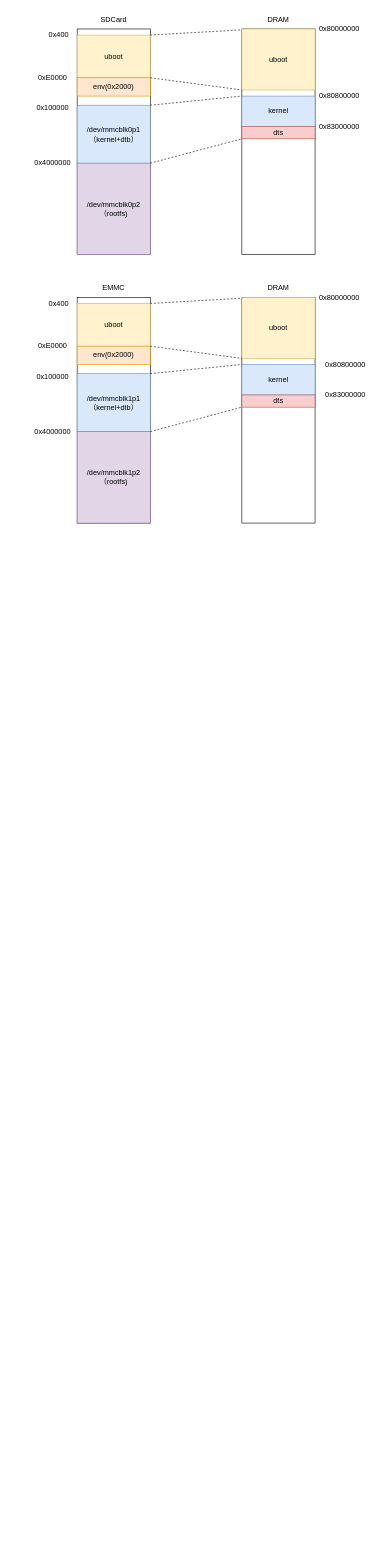
Before: page "platform" (2 of 16) of src/file/tree.drawio in zc110747/build_embed_linux_system, a draw.io diagram. Source tidied: cells renumbered, new cells numbered last; positions are measured from the earlier drawing's top-left corner, leaving out a move shared by most shapes. Both pictures are drawn from the tidied source at 61%, with x=0, y=0 at pixel (34, 10).
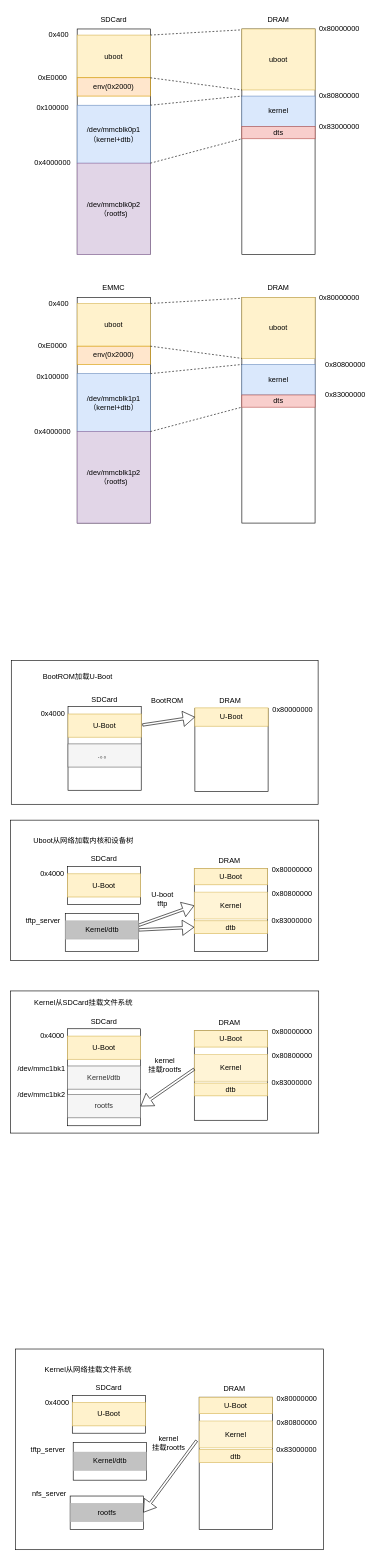
The same page after the edit.

The edit, as a diff of the source:
```diff
@@
+    <mxCell id="46" style="rounded=0;whiteSpace=wrap;html=1;" parent="1" vertex="1">
+      <mxGeometry x="-38" y="1065" width="503" height="236" as="geometry" />
+    </mxCell>
@@
+    <mxCell id="47" style="rounded=0;whiteSpace=wrap;html=1;" parent="1" vertex="1">
+      <mxGeometry x="55" y="1141" width="120" height="137" as="geometry" />
+    </mxCell>
+    <mxCell id="48" value="SDCard" style="text;html=1;strokeColor=none;fillColor=none;align=center;verticalAlign=middle;whiteSpace=wrap;rounded=0;" parent="1" vertex="1">
+      <mxGeometry x="55" y="1114" width="120" height="30" as="geometry" />
+    </mxCell>
+    <mxCell id="49" value="U-Boot" style="rounded=0;whiteSpace=wrap;html=1;fillColor=#fff2cc;strokeColor=#d6b656;" parent="1" vertex="1">
+      <mxGeometry x="55" y="1153" width="120" height="38" as="geometry" />
+    </mxCell>
+    <mxCell id="50" value="0x4000" style="text;html=1;align=center;verticalAlign=middle;whiteSpace=wrap;rounded=0;" parent="1" vertex="1">
+      <mxGeometry x="8.5" y="1144" width="43" height="17" as="geometry" />
+    </mxCell>
+    <mxCell id="51" value=".。。" style="rounded=0;whiteSpace=wrap;html=1;fillColor=#f5f5f5;strokeColor=#666666;fontColor=#333333;" parent="1" vertex="1">
+      <mxGeometry x="55" y="1202" width="120" height="38" as="geometry" />
+    </mxCell>
+    <mxCell id="52" style="rounded=0;whiteSpace=wrap;html=1;" parent="1" vertex="1">
+      <mxGeometry x="263" y="1144" width="120" height="136" as="geometry" />
+    </mxCell>
+    <mxCell id="53" value="DRAM" style="text;html=1;strokeColor=none;fillColor=none;align=center;verticalAlign=middle;whiteSpace=wrap;rounded=0;" parent="1" vertex="1">
+      <mxGeometry x="261" y="1116" width="120" height="30" as="geometry" />
+    </mxCell>
+    <mxCell id="54" value="U-Boot" style="rounded=0;whiteSpace=wrap;html=1;fillColor=#fff2cc;strokeColor=#d6b656;" parent="1" vertex="1">
+      <mxGeometry x="263" y="1143" width="120" height="30" as="geometry" />
+    </mxCell>
+    <mxCell id="55" style="shape=flexArrow;endArrow=classic;html=1;entryX=0;entryY=0.5;entryDx=0;entryDy=0;width=4;" parent="1" edge="1" target="54">
+      <mxGeometry relative="1" as="geometry">
+        <mxPoint x="177" y="1171" as="sourcePoint" />
+      </mxGeometry>
+    </mxCell>
+    <mxCell id="56" value="0x80000000" style="text;html=1;align=center;verticalAlign=middle;whiteSpace=wrap;rounded=0;" parent="1" vertex="1">
+      <mxGeometry x="381" y="1131" width="85" height="30" as="geometry" />
+    </mxCell>
+    <mxCell id="57" value="BootROM" style="text;html=1;align=center;verticalAlign=middle;whiteSpace=wrap;rounded=0;" parent="1" vertex="1">
+      <mxGeometry x="188" y="1116" width="60" height="30" as="geometry" />
+    </mxCell>
+    <mxCell id="58" value="BootROM加载U-Boot" style="text;html=1;align=center;verticalAlign=middle;whiteSpace=wrap;rounded=0;" parent="1" vertex="1">
+      <mxGeometry x="10" y="1077" width="122" height="30" as="geometry" />
+    </mxCell>
+    <mxCell id="59" style="rounded=0;whiteSpace=wrap;html=1;" parent="1" vertex="1">
+      <mxGeometry x="-39" y="1607" width="505" height="233" as="geometry" />
+    </mxCell>
+    <mxCell id="60" style="rounded=0;whiteSpace=wrap;html=1;" parent="1" vertex="1">
+      <mxGeometry x="54" y="1669" width="120" height="159" as="geometry" />
+    </mxCell>
+    <mxCell id="61" value="SDCard" style="text;html=1;strokeColor=none;fillColor=none;align=center;verticalAlign=middle;whiteSpace=wrap;rounded=0;" parent="1" vertex="1">
+      <mxGeometry x="54" y="1642" width="120" height="30" as="geometry" />
+    </mxCell>
+    <mxCell id="62" value="U-Boot" style="rounded=0;whiteSpace=wrap;html=1;fillColor=#fff2cc;strokeColor=#d6b656;" parent="1" vertex="1">
+      <mxGeometry x="54" y="1681" width="120" height="38" as="geometry" />
+    </mxCell>
+    <mxCell id="63" value="0x4000" style="text;html=1;align=center;verticalAlign=middle;whiteSpace=wrap;rounded=0;" parent="1" vertex="1">
+      <mxGeometry x="7.5" y="1672" width="43" height="17" as="geometry" />
+    </mxCell>
+    <mxCell id="64" value="Kernel/dtb" style="rounded=0;whiteSpace=wrap;html=1;fillColor=#f5f5f5;strokeColor=#666666;fontColor=#333333;" parent="1" vertex="1">
+      <mxGeometry x="54" y="1730" width="120" height="38" as="geometry" />
+    </mxCell>
+    <mxCell id="65" style="rounded=0;whiteSpace=wrap;html=1;" parent="1" vertex="1">
+      <mxGeometry x="262" y="1672" width="120" height="147" as="geometry" />
+    </mxCell>
+    <mxCell id="66" value="DRAM" style="text;html=1;strokeColor=none;fillColor=none;align=center;verticalAlign=middle;whiteSpace=wrap;rounded=0;" parent="1" vertex="1">
+      <mxGeometry x="260" y="1644" width="120" height="30" as="geometry" />
+    </mxCell>
+    <mxCell id="67" value="U-Boot" style="rounded=0;whiteSpace=wrap;html=1;fillColor=#fff2cc;strokeColor=#d6b656;" parent="1" vertex="1">
+      <mxGeometry x="262" y="1672" width="120" height="27" as="geometry" />
+    </mxCell>
+    <mxCell id="68" value="0x80000000" style="text;html=1;align=center;verticalAlign=middle;whiteSpace=wrap;rounded=0;" parent="1" vertex="1">
+      <mxGeometry x="380" y="1659" width="85" height="30" as="geometry" />
+    </mxCell>
+    <mxCell id="69" value="Kernel从SDCard挂载文件系统" style="text;html=1;align=center;verticalAlign=middle;whiteSpace=wrap;rounded=0;" parent="1" vertex="1">
+      <mxGeometry x="-19" y="1612" width="199" height="30" as="geometry" />
+    </mxCell>
+    <mxCell id="70" value="/dev/mmc1bk1" style="text;html=1;align=center;verticalAlign=middle;whiteSpace=wrap;rounded=0;" parent="1" vertex="1">
+      <mxGeometry x="-10" y="1726" width="43" height="17" as="geometry" />
+    </mxCell>
+    <mxCell id="71" value="dtb" style="rounded=0;whiteSpace=wrap;html=1;fillColor=#fff2cc;strokeColor=#d6b656;" parent="1" vertex="1">
+      <mxGeometry x="262" y="1758" width="120" height="21" as="geometry" />
+    </mxCell>
+    <mxCell id="72" value="Kernel" style="rounded=0;whiteSpace=wrap;html=1;fillColor=#fff2cc;strokeColor=#d6b656;opacity=80;" parent="1" vertex="1">
+      <mxGeometry x="262" y="1711" width="120" height="44" as="geometry" />
+    </mxCell>
+    <mxCell id="73" value="kernel&lt;div&gt;挂载rootfs&lt;/div&gt;" style="text;html=1;align=center;verticalAlign=middle;whiteSpace=wrap;rounded=0;" parent="1" vertex="1">
+      <mxGeometry x="183.5" y="1713" width="60" height="30" as="geometry" />
+    </mxCell>
+    <mxCell id="74" value="0x808&lt;span style=&quot;background-color: transparent;&quot;&gt;00000&lt;/span&gt;" style="text;html=1;align=center;verticalAlign=middle;whiteSpace=wrap;rounded=0;" parent="1" vertex="1">
+      <mxGeometry x="380" y="1699" width="85" height="30" as="geometry" />
+    </mxCell>
+    <mxCell id="75" value="0x830&lt;span style=&quot;background-color: transparent;&quot;&gt;00000&lt;/span&gt;" style="text;html=1;align=center;verticalAlign=middle;whiteSpace=wrap;rounded=0;" parent="1" vertex="1">
+      <mxGeometry x="381" y="1743" width="82" height="30" as="geometry" />
+    </mxCell>
+    <mxCell id="76" style="rounded=0;whiteSpace=wrap;html=1;" parent="1" vertex="1">
+      <mxGeometry x="-39" y="1327" width="505" height="230" as="geometry" />
+    </mxCell>
+    <mxCell id="77" style="rounded=0;whiteSpace=wrap;html=1;" parent="1" vertex="1">
+      <mxGeometry x="54" y="1403" width="120" height="62" as="geometry" />
+    </mxCell>
+    <mxCell id="78" value="SDCard" style="text;html=1;strokeColor=none;fillColor=none;align=center;verticalAlign=middle;whiteSpace=wrap;rounded=0;" parent="1" vertex="1">
+      <mxGeometry x="54" y="1376" width="120" height="30" as="geometry" />
+    </mxCell>
+    <mxCell id="79" value="U-Boot" style="rounded=0;whiteSpace=wrap;html=1;fillColor=#fff2cc;strokeColor=#d6b656;" parent="1" vertex="1">
+      <mxGeometry x="54" y="1415" width="120" height="38" as="geometry" />
+    </mxCell>
+    <mxCell id="80" value="0x4000" style="text;html=1;align=center;verticalAlign=middle;whiteSpace=wrap;rounded=0;" parent="1" vertex="1">
+      <mxGeometry x="7.5" y="1406" width="43" height="17" as="geometry" />
+    </mxCell>
+    <mxCell id="81" style="rounded=0;whiteSpace=wrap;html=1;" parent="1" vertex="1">
+      <mxGeometry x="262" y="1406" width="120" height="136" as="geometry" />
+    </mxCell>
+    <mxCell id="82" value="DRAM" style="text;html=1;strokeColor=none;fillColor=none;align=center;verticalAlign=middle;whiteSpace=wrap;rounded=0;" parent="1" vertex="1">
+      <mxGeometry x="260" y="1378" width="120" height="30" as="geometry" />
+    </mxCell>
+    <mxCell id="83" value="U-Boot" style="rounded=0;whiteSpace=wrap;html=1;fillColor=#fff2cc;strokeColor=#d6b656;" parent="1" vertex="1">
+      <mxGeometry x="262" y="1406" width="120" height="27" as="geometry" />
+    </mxCell>
+    <mxCell id="84" style="shape=flexArrow;endArrow=classic;html=1;entryX=0;entryY=0.5;entryDx=0;entryDy=0;width=4;exitX=1;exitY=0.25;exitDx=0;exitDy=0;" parent="1" edge="1" source="94" target="88">
+      <mxGeometry relative="1" as="geometry" />
+    </mxCell>
+    <mxCell id="85" value="0x80000000" style="text;html=1;align=center;verticalAlign=middle;whiteSpace=wrap;rounded=0;" parent="1" vertex="1">
+      <mxGeometry x="380" y="1393" width="85" height="30" as="geometry" />
+    </mxCell>
+    <mxCell id="86" value="Uboot从网络加载内核和设备树" style="text;html=1;align=center;verticalAlign=middle;whiteSpace=wrap;rounded=0;" parent="1" vertex="1">
+      <mxGeometry x="-19" y="1346" width="199" height="30" as="geometry" />
+    </mxCell>
+    <mxCell id="87" value="dtb" style="rounded=0;whiteSpace=wrap;html=1;fillColor=#fff2cc;strokeColor=#d6b656;" parent="1" vertex="1">
+      <mxGeometry x="262" y="1492" width="120" height="21" as="geometry" />
+    </mxCell>
+    <mxCell id="88" value="Kernel" style="rounded=0;whiteSpace=wrap;html=1;fillColor=#fff2cc;strokeColor=#d6b656;opacity=80;" parent="1" vertex="1">
+      <mxGeometry x="262" y="1445" width="120" height="44" as="geometry" />
+    </mxCell>
+    <mxCell id="89" style="shape=flexArrow;endArrow=classic;html=1;entryX=0;entryY=0.5;entryDx=0;entryDy=0;width=4;exitX=1;exitY=0.5;exitDx=0;exitDy=0;" parent="1" edge="1" source="94" target="87">
+      <mxGeometry relative="1" as="geometry" />
+    </mxCell>
+    <mxCell id="90" value="U-boot&lt;div&gt;tftp&lt;/div&gt;" style="text;html=1;align=center;verticalAlign=middle;whiteSpace=wrap;rounded=0;" parent="1" vertex="1">
+      <mxGeometry x="180" y="1442" width="60" height="30" as="geometry" />
+    </mxCell>
+    <mxCell id="91" value="0x808&lt;span style=&quot;background-color: transparent;&quot;&gt;00000&lt;/span&gt;" style="text;html=1;align=center;verticalAlign=middle;whiteSpace=wrap;rounded=0;" parent="1" vertex="1">
+      <mxGeometry x="380" y="1433" width="85" height="30" as="geometry" />
+    </mxCell>
+    <mxCell id="92" value="0x830&lt;span style=&quot;background-color: transparent;&quot;&gt;00000&lt;/span&gt;" style="text;html=1;align=center;verticalAlign=middle;whiteSpace=wrap;rounded=0;" parent="1" vertex="1">
+      <mxGeometry x="381" y="1477" width="82" height="30" as="geometry" />
+    </mxCell>
+    <mxCell id="93" style="rounded=0;whiteSpace=wrap;html=1;" parent="1" vertex="1">
+      <mxGeometry x="50.5" y="1480" width="120" height="62" as="geometry" />
+    </mxCell>
+    <mxCell id="94" value="Kernel/dtb" style="rounded=0;whiteSpace=wrap;html=1;fillColor=#B3B3B3;strokeColor=#B3B3B3;opacity=80;" parent="1" vertex="1">
+      <mxGeometry x="50.5" y="1492" width="120" height="30" as="geometry" />
+    </mxCell>
+    <mxCell id="95" value="tftp_server" style="text;html=1;align=center;verticalAlign=middle;whiteSpace=wrap;rounded=0;" parent="1" vertex="1">
+      <mxGeometry x="-13" y="1483.5" width="55" height="17" as="geometry" />
+    </mxCell>
+    <mxCell id="96" value="rootfs" style="rounded=0;whiteSpace=wrap;html=1;fillColor=#f5f5f5;strokeColor=#666666;fontColor=#333333;" parent="1" vertex="1">
+      <mxGeometry x="54" y="1777" width="120" height="38" as="geometry" />
+    </mxCell>
+    <mxCell id="97" value="/dev/mmc1bk2" style="text;html=1;align=center;verticalAlign=middle;whiteSpace=wrap;rounded=0;" parent="1" vertex="1">
+      <mxGeometry x="-10" y="1768" width="43" height="17" as="geometry" />
+    </mxCell>
+    <mxCell id="98" style="shape=flexArrow;endArrow=classic;html=1;width=4;exitX=1;exitY=0.25;exitDx=0;exitDy=0;entryX=1;entryY=0.5;entryDx=0;entryDy=0;" parent="1" edge="1" target="96">
+      <mxGeometry relative="1" as="geometry">
+        <mxPoint x="262" y="1735" as="sourcePoint" />
+      </mxGeometry>
+    </mxCell>
+    <mxCell id="99" style="rounded=0;whiteSpace=wrap;html=1;" parent="1" vertex="1">
+      <mxGeometry x="-31" y="2194" width="505" height="329" as="geometry" />
+    </mxCell>
+    <mxCell id="100" style="rounded=0;whiteSpace=wrap;html=1;" parent="1" vertex="1">
+      <mxGeometry x="62" y="2270" width="120" height="62" as="geometry" />
+    </mxCell>
+    <mxCell id="101" value="SDCard" style="text;html=1;strokeColor=none;fillColor=none;align=center;verticalAlign=middle;whiteSpace=wrap;rounded=0;" parent="1" vertex="1">
+      <mxGeometry x="62" y="2243" width="120" height="30" as="geometry" />
+    </mxCell>
+    <mxCell id="102" value="U-Boot" style="rounded=0;whiteSpace=wrap;html=1;fillColor=#fff2cc;strokeColor=#d6b656;" parent="1" vertex="1">
+      <mxGeometry x="62" y="2282" width="120" height="38" as="geometry" />
+    </mxCell>
+    <mxCell id="103" value="0x4000" style="text;html=1;align=center;verticalAlign=middle;whiteSpace=wrap;rounded=0;" parent="1" vertex="1">
+      <mxGeometry x="15.5" y="2273" width="43" height="17" as="geometry" />
+    </mxCell>
+    <mxCell id="104" style="rounded=0;whiteSpace=wrap;html=1;" parent="1" vertex="1">
+      <mxGeometry x="270" y="2273" width="120" height="217" as="geometry" />
+    </mxCell>
+    <mxCell id="105" value="DRAM" style="text;html=1;strokeColor=none;fillColor=none;align=center;verticalAlign=middle;whiteSpace=wrap;rounded=0;" parent="1" vertex="1">
+      <mxGeometry x="268" y="2245" width="120" height="30" as="geometry" />
+    </mxCell>
+    <mxCell id="106" value="U-Boot" style="rounded=0;whiteSpace=wrap;html=1;fillColor=#fff2cc;strokeColor=#d6b656;" parent="1" vertex="1">
+      <mxGeometry x="270" y="2273" width="120" height="27" as="geometry" />
+    </mxCell>
+    <mxCell id="107" value="0x80000000" style="text;html=1;align=center;verticalAlign=middle;whiteSpace=wrap;rounded=0;" parent="1" vertex="1">
+      <mxGeometry x="388" y="2260" width="85" height="30" as="geometry" />
+    </mxCell>
+    <mxCell id="108" value="Kernel从网络挂载文件系统" style="text;html=1;align=center;verticalAlign=middle;whiteSpace=wrap;rounded=0;" parent="1" vertex="1">
+      <mxGeometry x="-11" y="2213" width="199" height="30" as="geometry" />
+    </mxCell>
+    <mxCell id="109" value="dtb" style="rounded=0;whiteSpace=wrap;html=1;fillColor=#fff2cc;strokeColor=#d6b656;" parent="1" vertex="1">
+      <mxGeometry x="270" y="2359" width="120" height="21" as="geometry" />
+    </mxCell>
+    <mxCell id="110" value="Kernel" style="rounded=0;whiteSpace=wrap;html=1;fillColor=#fff2cc;strokeColor=#d6b656;opacity=80;" parent="1" vertex="1">
+      <mxGeometry x="270" y="2312" width="120" height="44" as="geometry" />
+    </mxCell>
+    <mxCell id="111" value="0x808&lt;span style=&quot;background-color: transparent;&quot;&gt;00000&lt;/span&gt;" style="text;html=1;align=center;verticalAlign=middle;whiteSpace=wrap;rounded=0;" parent="1" vertex="1">
+      <mxGeometry x="388" y="2300" width="85" height="30" as="geometry" />
+    </mxCell>
+    <mxCell id="112" value="0x830&lt;span style=&quot;background-color: transparent;&quot;&gt;00000&lt;/span&gt;" style="text;html=1;align=center;verticalAlign=middle;whiteSpace=wrap;rounded=0;" parent="1" vertex="1">
+      <mxGeometry x="389" y="2344" width="82" height="30" as="geometry" />
+    </mxCell>
+    <mxCell id="113" style="rounded=0;whiteSpace=wrap;html=1;" parent="1" vertex="1">
+      <mxGeometry x="63.5" y="2347" width="120" height="62" as="geometry" />
+    </mxCell>
+    <mxCell id="114" value="Kernel/dtb" style="rounded=0;whiteSpace=wrap;html=1;fillColor=#B3B3B3;strokeColor=#B3B3B3;opacity=80;" parent="1" vertex="1">
+      <mxGeometry x="63.5" y="2363" width="120" height="30" as="geometry" />
+    </mxCell>
+    <mxCell id="115" value="tftp_server" style="text;html=1;align=center;verticalAlign=middle;whiteSpace=wrap;rounded=0;" parent="1" vertex="1">
+      <mxGeometry x="-5" y="2350.5" width="55" height="17" as="geometry" />
+    </mxCell>
+    <mxCell id="116" style="rounded=0;whiteSpace=wrap;html=1;" parent="1" vertex="1">
+      <mxGeometry x="58.5" y="2435" width="120" height="55" as="geometry" />
+    </mxCell>
+    <mxCell id="117" value="rootfs" style="rounded=0;whiteSpace=wrap;html=1;fillColor=#B3B3B3;strokeColor=#B3B3B3;opacity=80;" parent="1" vertex="1">
+      <mxGeometry x="58.5" y="2447" width="120" height="30" as="geometry" />
+    </mxCell>
+    <mxCell id="118" value="nfs_server" style="text;html=1;align=center;verticalAlign=middle;whiteSpace=wrap;rounded=0;" parent="1" vertex="1">
+      <mxGeometry x="-3.5" y="2423" width="55" height="17" as="geometry" />
+    </mxCell>
+    <mxCell id="119" style="shape=flexArrow;endArrow=classic;html=1;width=4;entryX=1;entryY=0.5;entryDx=0;entryDy=0;" parent="1" edge="1" target="117">
+      <mxGeometry relative="1" as="geometry">
+        <mxPoint x="266" y="2344" as="sourcePoint" />
+      </mxGeometry>
+    </mxCell>
+    <mxCell id="120" value="kernel&lt;div&gt;挂载rootfs&lt;/div&gt;" style="text;html=1;align=center;verticalAlign=middle;whiteSpace=wrap;rounded=0;" parent="1" vertex="1">
+      <mxGeometry x="190" y="2333" width="60" height="30" as="geometry" />
+    </mxCell>
```
